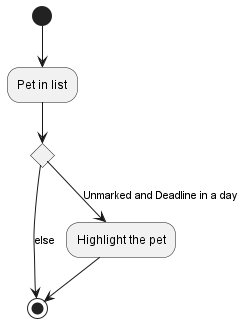
This is docs/images/HighlightDiagram.png from nus-cs2103-AY2223S2/tp, a PlantUML export, as it was before one commit.
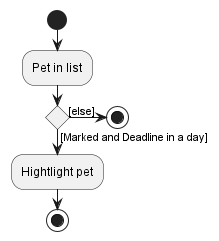
Above is the later version.

Commit message:
Fix highlight diagram

What changed in the source:
```diff
@@ -1,14 +1,12 @@
 @startuml
 !include Style.puml
 
-(*) --> "Pet in list"
+start
+ :Pet in list;
 
-if "" then
-    -->[else](*)
-
-else
-    -->[Unmarked and Deadline in a day] "Highlight the pet"
-    -->(*)
-
-
+ if () then ([Marked and Deadline in a day])
+ :Hightlight pet;
+ stop
+ else ([else])
+ stop
 @enduml
```
